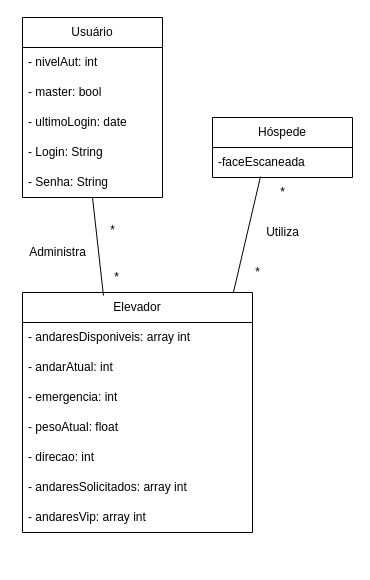
The draw.io diagram Classes.drawio in joca2511/projElevadorUML, before the edit. Source tidied: cells renumbered, new cells numbered last; positions are measured from the earlier drawing's top-left corner, leaving out a move shared by most shapes. Both pictures are drawn from the tidied source at 100%, with x=0, y=0 at pixel (17, 17).
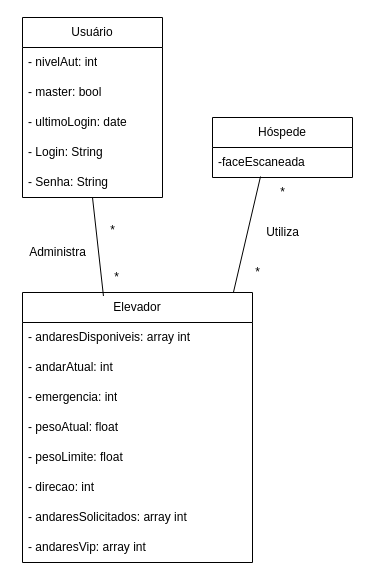
The same diagram, later.

The edit, as a diff of the source:
```diff
@@
     <mxCell id="8" value="Elevador" style="swimlane;fontStyle=0;horizontal=1;startSize=30;whiteSpace=wrap;html=1;" parent="1" vertex="1">
-      <mxGeometry x="5" y="275" width="230" height="240" as="geometry" />
+      <mxGeometry x="5" y="275" width="230" height="270" as="geometry" />
     </mxCell>
@@
+    <mxCell id="26" value="- pesoLimite: float" style="text;strokeColor=none;fillColor=none;align=left;verticalAlign=middle;spacingLeft=4;spacingRight=4;overflow=hidden;whiteSpace=wrap;html=1;" parent="8" vertex="1">
+      <mxGeometry y="150" width="230" height="30" as="geometry" />
+    </mxCell>
     <mxCell id="13" value="- direcao: int" style="text;strokeColor=none;fillColor=none;align=left;verticalAlign=middle;spacingLeft=4;spacingRight=4;overflow=hidden;whiteSpace=wrap;html=1;" parent="8" vertex="1">
-      <mxGeometry y="150" width="230" height="30" as="geometry" />
+      <mxGeometry y="180" width="230" height="30" as="geometry" />
     </mxCell>
     <mxCell id="14" value="- andaresSolicitados: array int" style="text;strokeColor=none;fillColor=none;align=left;verticalAlign=middle;spacingLeft=4;spacingRight=4;overflow=hidden;whiteSpace=wrap;html=1;" parent="8" vertex="1">
-      <mxGeometry y="180" width="230" height="30" as="geometry" />
+      <mxGeometry y="210" width="230" height="30" as="geometry" />
     </mxCell>
     <mxCell id="15" value="- andaresVip: array int" style="text;strokeColor=none;fillColor=none;align=left;verticalAlign=middle;spacingLeft=4;spacingRight=4;overflow=hidden;whiteSpace=wrap;html=1;" parent="8" vertex="1">
-      <mxGeometry y="210" width="230" height="30" as="geometry" />
+      <mxGeometry y="240" width="230" height="30" as="geometry" />
     </mxCell>
```
